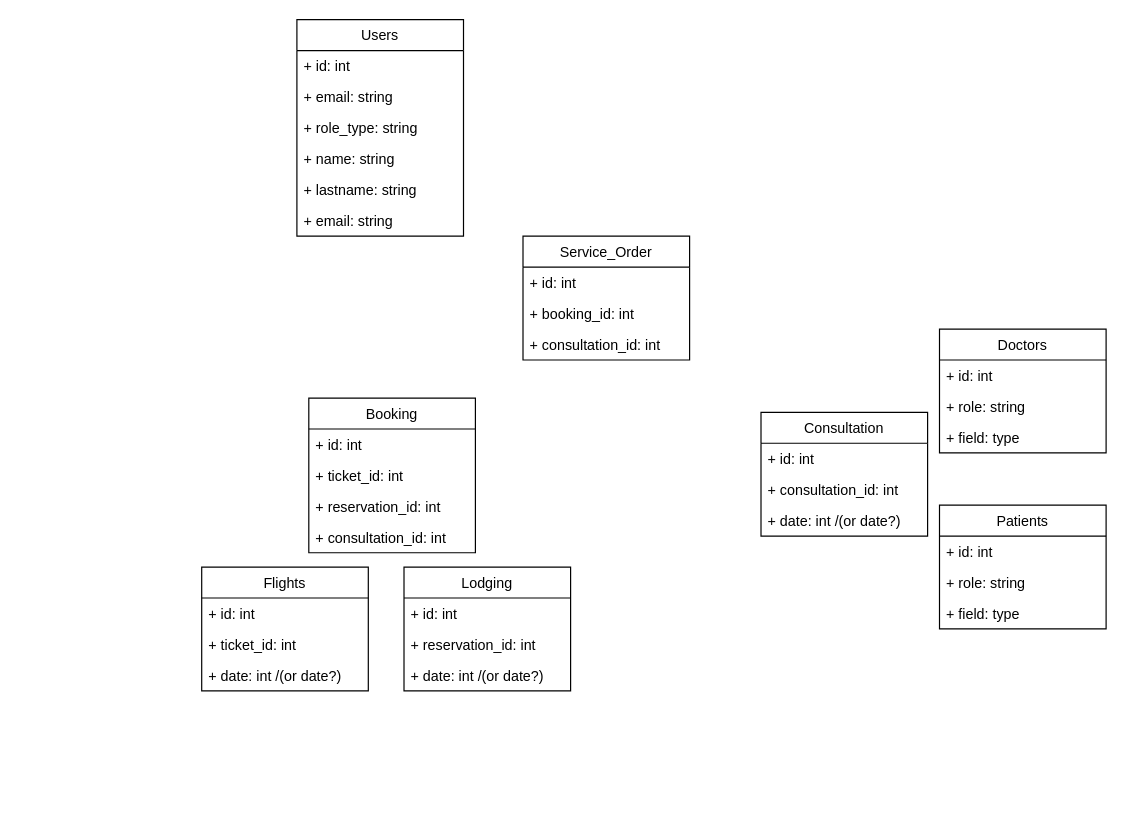
Johndbm/Travel-Med keeps this draw.io diagram as Travel-Med.drawio. Above is the earlier version. Source tidied: cells renumbered, new cells numbered last; positions are measured from the earlier drawing's top-left corner, leaving out a move shared by most shapes. Both pictures are drawn from the tidied source at 119%, with x=0, y=0 at pixel (201, 19).
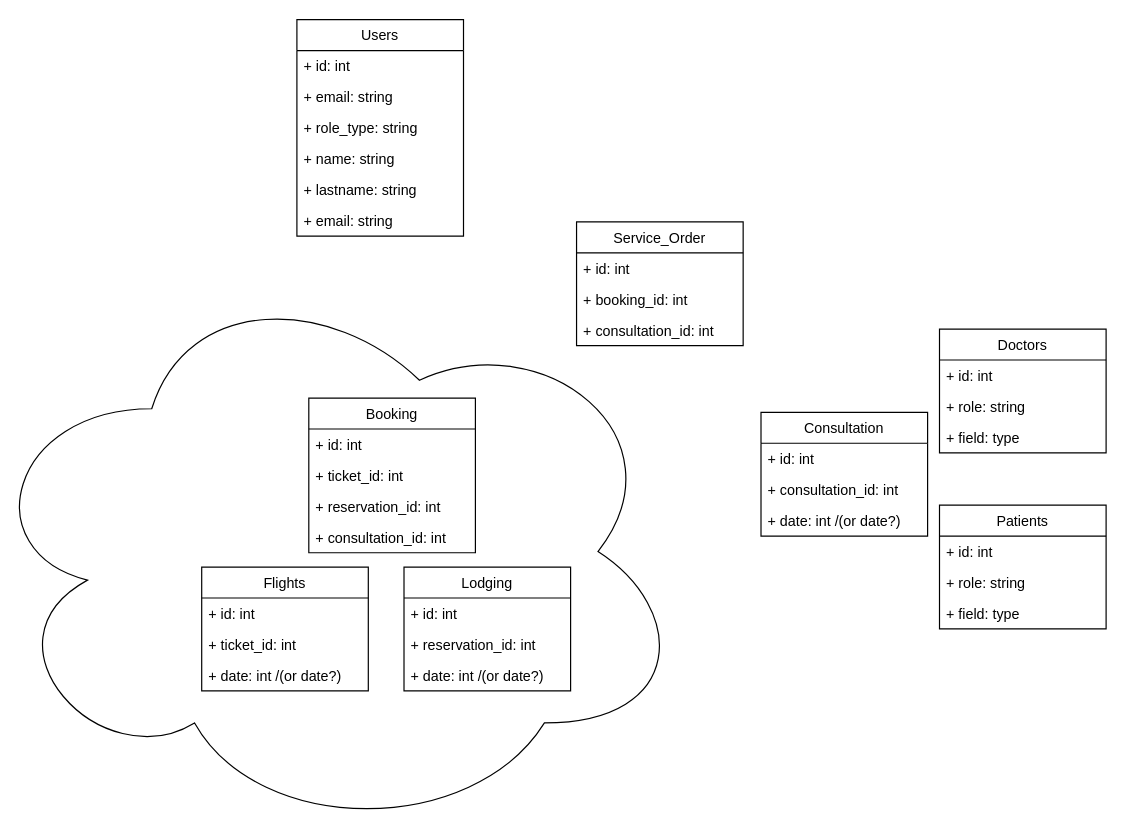
The same page after the edit.

Change to the diagram source:
```diff
@@
+    <mxCell id="38" style="ellipse;shape=cloud;whiteSpace=wrap;html=1;" parent="1" vertex="1">
+      <mxGeometry x="-192" y="207" width="600" height="480" as="geometry" />
+    </mxCell>
@@
     <mxCell id="34" value="Service_Order" style="swimlane;fontStyle=0;horizontal=1;startSize=26;fillColor=none;" parent="1" vertex="1">
-      <mxGeometry x="270" y="182" width="140" height="104" as="geometry" />
+      <mxGeometry x="315" y="170" width="140" height="104" as="geometry" />
     </mxCell>
```
